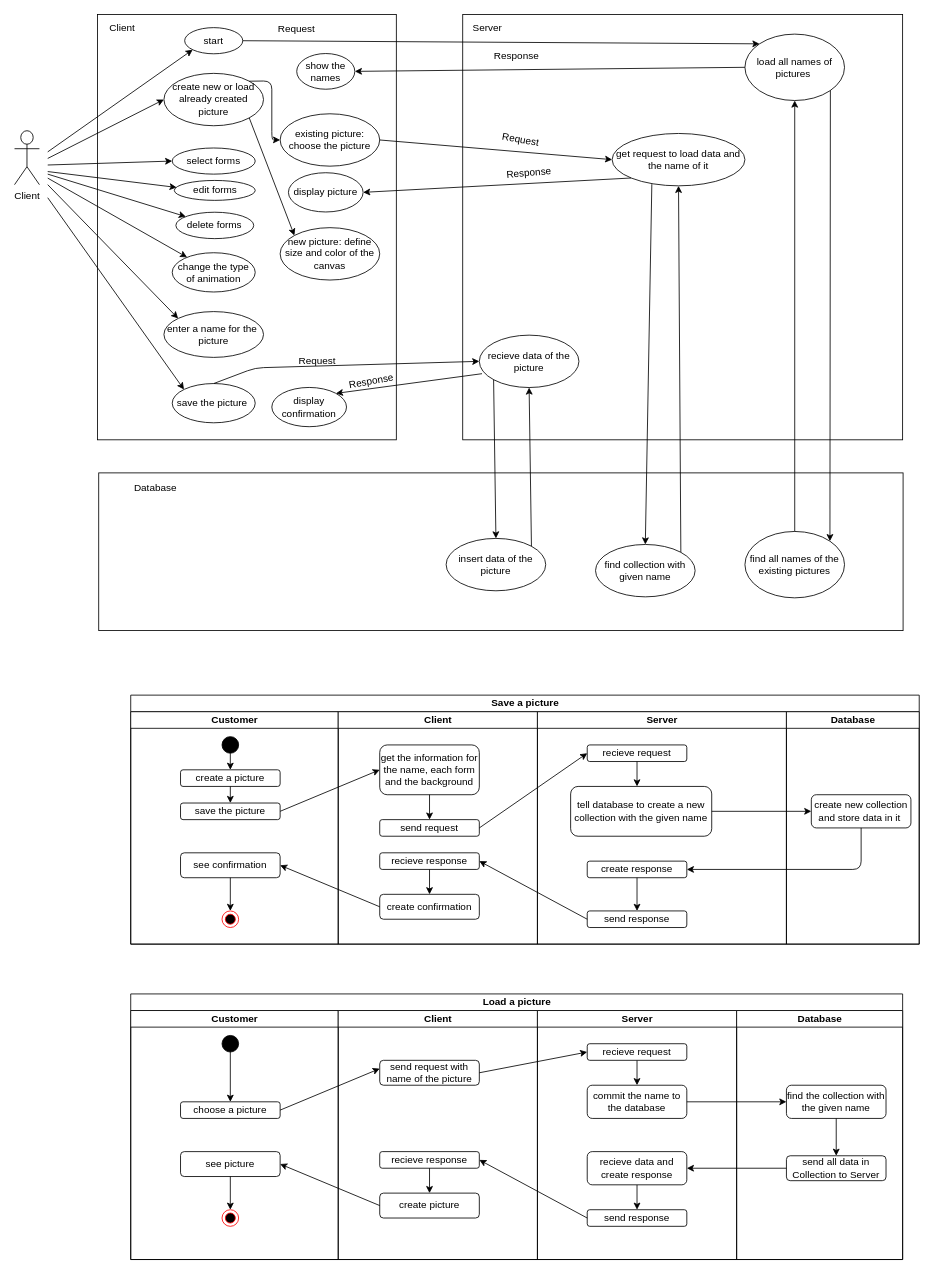
Before: page "UseCaseDiagram" (1 of 7) of Endabgabe/Konzeption/Konzeption.drawio in KohlerAl/EIA2, a draw.io diagram. Source tidied: cells renumbered, new cells numbered last; positions are measured from the earlier drawing's top-left corner, leaving out a move shared by most shapes. Both pictures are drawn from the tidied source at 83%, with x=0, y=0 at pixel (14, 14).
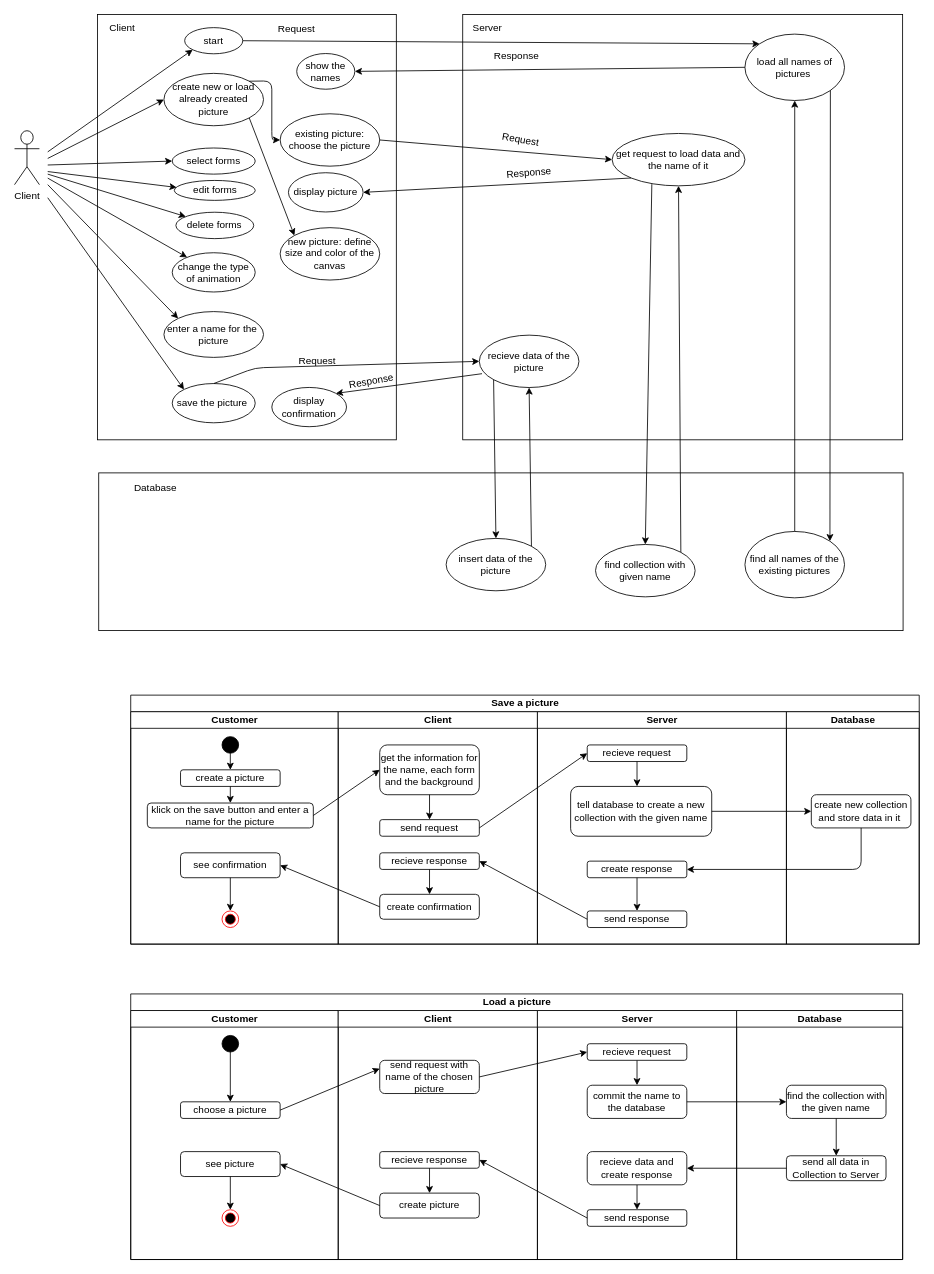
The same diagram, later.

The change refers to these unchanged cells:
```xml
<mxCell id="44" value="Customer" style="swimlane;html=1;startSize=20;" parent="43" vertex="1">
  <mxGeometry y="20" width="250" height="280" as="geometry" />
</mxCell>
<mxCell id="84" value="Client" style="swimlane;html=1;startSize=20;" parent="76" vertex="1">
  <mxGeometry x="250" y="20" width="240" height="300" as="geometry" />
</mxCell>
```

The edit, as a diff of the source:
```diff
@@
-    <mxCell id="45" value="save the picture" style="rounded=1;whiteSpace=wrap;html=1;" parent="44" vertex="1">
-      <mxGeometry x="60" y="110" width="120" height="20" as="geometry" />
+    <mxCell id="45" value="klick on the save button and enter a name for the picture" style="rounded=1;whiteSpace=wrap;html=1;" parent="44" vertex="1">
+      <mxGeometry x="20" y="110" width="200" height="30" as="geometry" />
     </mxCell>
@@
-    <mxCell id="88" value="send request with name of the picture" style="rounded=1;whiteSpace=wrap;html=1;fillColor=#FFFFFF;" parent="84" vertex="1">
-      <mxGeometry x="50" y="60" width="120" height="30" as="geometry" />
+    <mxCell id="88" value="send request with name of the chosen picture" style="rounded=1;whiteSpace=wrap;html=1;fillColor=#FFFFFF;" parent="84" vertex="1">
+      <mxGeometry x="50" y="60" width="120" height="40" as="geometry" />
     </mxCell>
```
